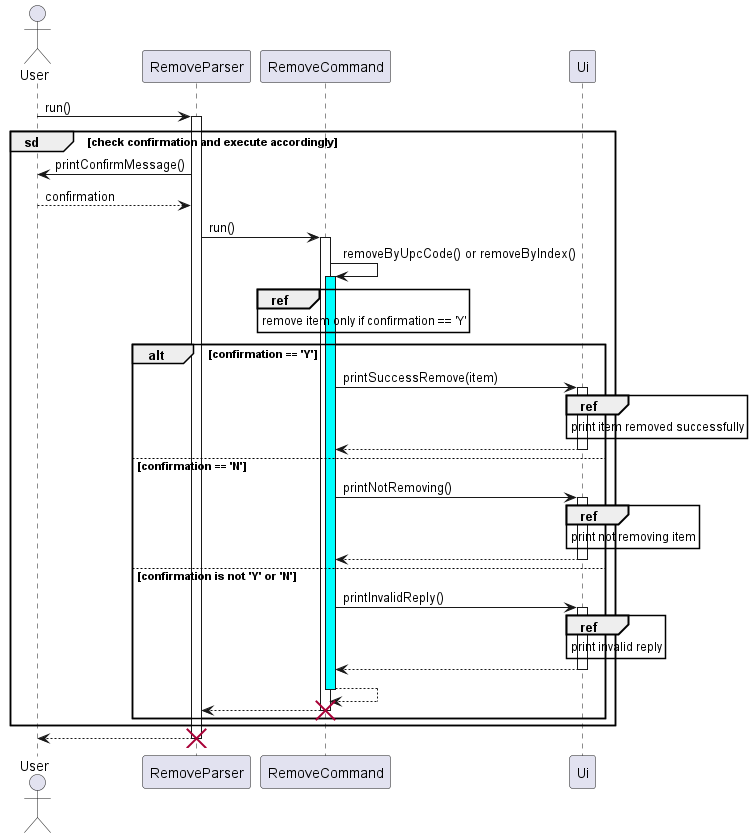
nus-cs2113-AY2223S2/tp keeps this PlantUML diagram as docs/UML/Remove/RemoveCommand.png. Above is the earlier version.
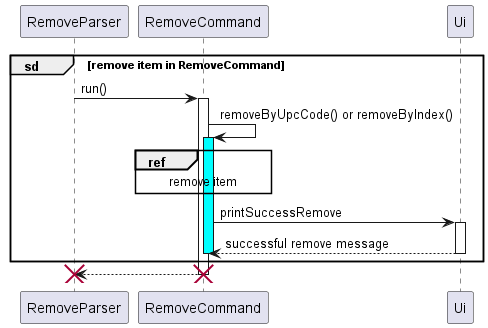
After the commit.

Diff of the diagram source:
```diff
@@ -1,47 +1,22 @@
 @startuml
 
-actor User
 participant RemoveParser
-User -> RemoveParser: run()
-
-group sd [check confirmation and execute accordingly]
-    activate RemoveParser
-        RemoveParser -> User: printConfirmMessage()
-        User --> RemoveParser: confirmation
-        RemoveParser -> RemoveCommand: run()
-        activate RemoveCommand
-            RemoveCommand -> RemoveCommand: removeByUpcCode() or removeByIndex()
-            activate RemoveCommand #cyan
-            ref over RemoveCommand
-                remove item only if confirmation == 'Y'
-            end ref
-            alt confirmation == 'Y'
-                RemoveCommand -> Ui: printSuccessRemove(item)
-                activate Ui
-                ref over Ui
-                    print item removed successfully
-                end ref
-                return
-            else confirmation == 'N'
-                RemoveCommand -> Ui: printNotRemoving()
-                activate Ui
-                ref over Ui
-                    print not removing item
-                end ref
-                return
-            else confirmation is not 'Y' or 'N'
-                RemoveCommand -> Ui: printInvalidReply()
-                activate Ui
-                ref over Ui
-                    print invalid reply
-                end ref
-                return
-                return
-                return
-                destroy RemoveCommand
-            end
-end
+group sd [remove item in RemoveCommand]
+    RemoveParser -> RemoveCommand: run()
+participant Ui
+    activate RemoveCommand
+        RemoveCommand -> RemoveCommand: removeByUpcCode() or removeByIndex()
+        activate RemoveCommand #cyan
+        ref over RemoveCommand
+            remove item
+        end ref
+        RemoveCommand -> Ui: printSuccessRemove
+        activate Ui
+        return successful remove message
+        deactivate
+    end
 return
+destroy RemoveCommand
 destroy RemoveParser
 
 @enduml
```
